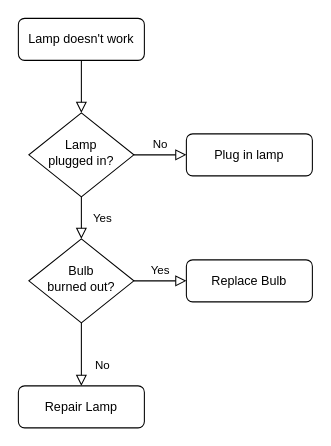
Earlier version of the draw.io diagram Untitled Diagram.drawio (MaRDI4NFDI/python-zbMathRest2Oai). Source tidied: cells renumbered, new cells numbered last; positions are measured from the earlier drawing's top-left corner, leaving out a move shared by most shapes. Both pictures are drawn from the tidied source at 105%, with x=0, y=0 at pixel (18, 18).
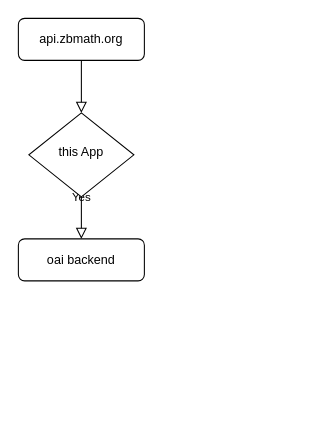
Above is the later version.

Diff of the diagram source:
```diff
@@
 <mxGraphModel>
   <root>
     <mxCell id="0" />
     <mxCell id="1" parent="0" />
     <mxCell id="2" style="rounded=0;html=1;jettySize=auto;fontSize=11;endArrow=block;endFill=0;endSize=8;strokeWidth=1;shadow=0;labelBackgroundColor=none;edgeStyle=orthogonalEdgeStyle;" parent="1" edge="1" source="3" target="6">
       <mxGeometry relative="1" as="geometry" />
     </mxCell>
-    <mxCell id="3" value="Lamp doesn't work" style="rounded=1;whiteSpace=wrap;html=1;fontSize=12;glass=0;strokeWidth=1;shadow=0;" parent="1" vertex="1">
+    <mxCell id="3" value="api.zbmath.org" style="rounded=1;whiteSpace=wrap;html=1;fontSize=12;glass=0;strokeWidth=1;shadow=0;" parent="1" vertex="1">
       <mxGeometry width="120" height="40" as="geometry" />
     </mxCell>
-    <mxCell id="4" value="Yes" style="rounded=0;html=1;jettySize=auto;fontSize=11;endArrow=block;endFill=0;endSize=8;strokeWidth=1;shadow=0;labelBackgroundColor=none;edgeStyle=orthogonalEdgeStyle;" parent="1" edge="1" source="6" target="10">
-      <mxGeometry y="20" relative="1" as="geometry" />
+    <mxCell id="4" value="Yes" style="rounded=0;html=1;jettySize=auto;fontSize=11;endArrow=block;endFill=0;endSize=8;strokeWidth=1;shadow=0;labelBackgroundColor=none;edgeStyle=orthogonalEdgeStyle;" parent="1" edge="1" source="6">
+      <mxGeometry y="20" relative="1" as="geometry">
+        <mxPoint x="60" y="210" as="targetPoint" />
+      </mxGeometry>
     </mxCell>
-    <mxCell id="5" value="No" style="edgeStyle=orthogonalEdgeStyle;rounded=0;html=1;jettySize=auto;fontSize=11;endArrow=block;endFill=0;endSize=8;strokeWidth=1;shadow=0;labelBackgroundColor=none;" parent="1" edge="1" source="6" target="7">
-      <mxGeometry y="10" relative="1" as="geometry" />
-    </mxCell>
-    <mxCell id="6" value="Lamp&lt;br&gt;plugged in?" style="rhombus;whiteSpace=wrap;html=1;shadow=0;fontFamily=Helvetica;fontSize=12;align=center;strokeWidth=1;spacing=6;spacingTop=-4;" parent="1" vertex="1">
+    <mxCell id="6" value="this App" style="rhombus;whiteSpace=wrap;html=1;shadow=0;fontFamily=Helvetica;fontSize=12;align=center;strokeWidth=1;spacing=6;spacingTop=-4;" parent="1" vertex="1">
       <mxGeometry x="10" y="90" width="100" height="80" as="geometry" />
     </mxCell>
-    <mxCell id="7" value="Plug in lamp" style="rounded=1;whiteSpace=wrap;html=1;fontSize=12;glass=0;strokeWidth=1;shadow=0;" parent="1" vertex="1">
-      <mxGeometry x="160" y="110" width="120" height="40" as="geometry" />
-    </mxCell>
-    <mxCell id="8" value="No" style="rounded=0;html=1;jettySize=auto;fontSize=11;endArrow=block;endFill=0;endSize=8;strokeWidth=1;shadow=0;labelBackgroundColor=none;edgeStyle=orthogonalEdgeStyle;" parent="1" edge="1" source="10" target="11">
-      <mxGeometry x="0.33" y="20" relative="1" as="geometry" />
-    </mxCell>
-    <mxCell id="9" value="Yes" style="edgeStyle=orthogonalEdgeStyle;rounded=0;html=1;jettySize=auto;fontSize=11;endArrow=block;endFill=0;endSize=8;strokeWidth=1;shadow=0;labelBackgroundColor=none;" parent="1" edge="1" source="10" target="12">
-      <mxGeometry y="10" relative="1" as="geometry" />
-    </mxCell>
-    <mxCell id="10" value="Bulb&lt;br&gt;burned out?" style="rhombus;whiteSpace=wrap;html=1;shadow=0;fontFamily=Helvetica;fontSize=12;align=center;strokeWidth=1;spacing=6;spacingTop=-4;" parent="1" vertex="1">
-      <mxGeometry x="10" y="210" width="100" height="80" as="geometry" />
-    </mxCell>
-    <mxCell id="11" value="Repair Lamp" style="rounded=1;whiteSpace=wrap;html=1;fontSize=12;glass=0;strokeWidth=1;shadow=0;" parent="1" vertex="1">
-      <mxGeometry y="350" width="120" height="40" as="geometry" />
+    <mxCell id="11" value="oai backend" style="rounded=1;whiteSpace=wrap;html=1;fontSize=12;glass=0;strokeWidth=1;shadow=0;" parent="1" vertex="1">
+      <mxGeometry y="210" width="120" height="40" as="geometry" />
     </mxCell>
-    <mxCell id="12" value="Replace Bulb" style="rounded=1;whiteSpace=wrap;html=1;fontSize=12;glass=0;strokeWidth=1;shadow=0;" parent="1" vertex="1">
-      <mxGeometry x="160" y="230" width="120" height="40" as="geometry" />
-    </mxCell>
   </root>
 </mxGraphModel>
```
